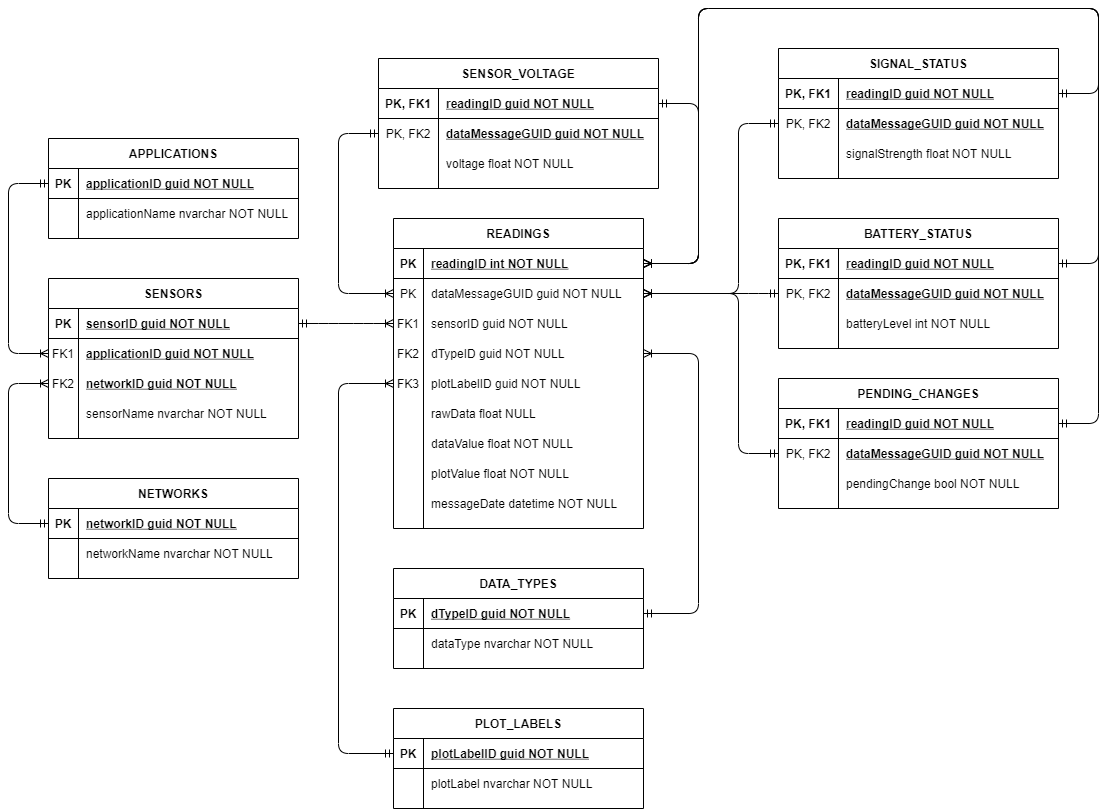
The draw.io diagram iMonnit/documentation/ERDs-IMONNIT-ERD.png in UoS-Living-Lab/living_lab_data_processing, before a commit. Source tidied: cells renumbered, new cells last; positions are measured from the earlier drawing's top-left corner, leaving out a move shared by most shapes.
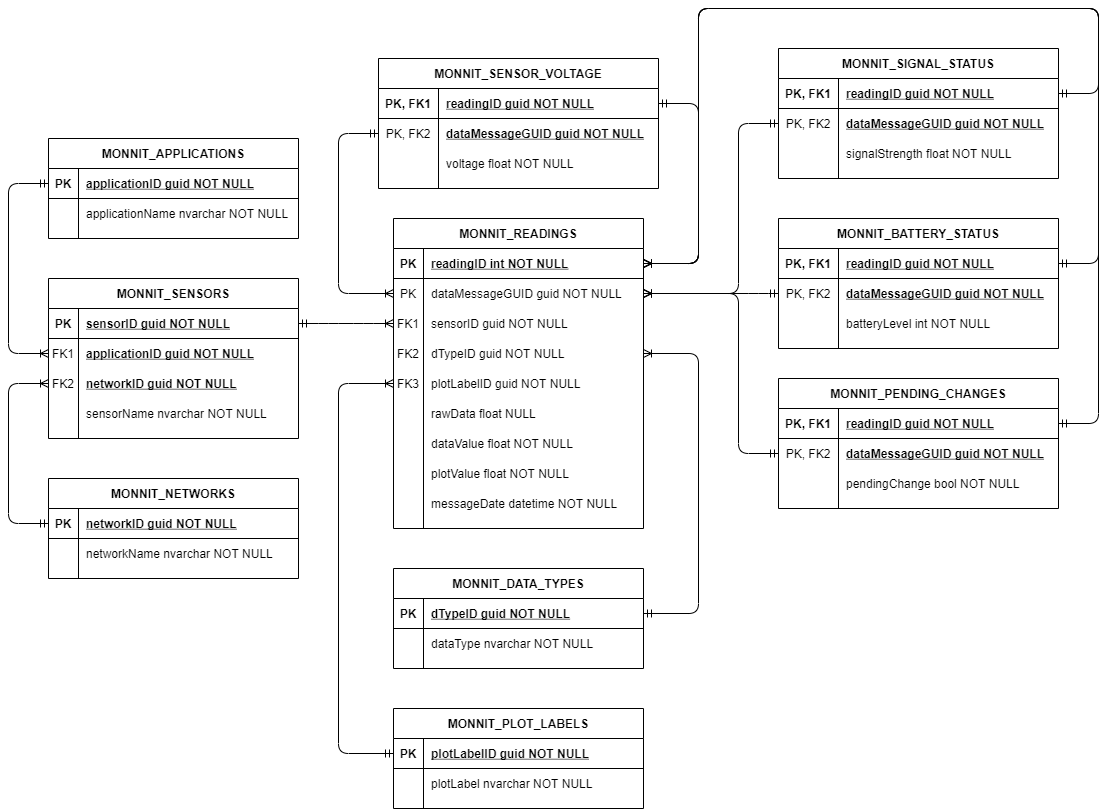
After the change.

Commit message:
Update data design docs

Change to the diagram source:
```diff
@@ -2,7 +2,7 @@
   <root>
     <mxCell id="0" />
     <mxCell id="1" parent="0" />
-    <mxCell id="2" value="READINGS" style="shape=table;startSize=30;rowLines=0;fontStyle=1;align=center;" parent="1" vertex="1">
+    <mxCell id="2" value="MONNIT_READINGS" style="shape=table;startSize=30;rowLines=0;fontStyle=1;align=center;" parent="1" vertex="1">
       <mxGeometry x="385" y="210" width="250" height="310" as="geometry" />
     </mxCell>
     <mxCell id="3" style="shape=partialRectangle;fillColor=none;points=[[0,0.5],[1,0.5]];portConstraint=eastwest;top=0;left=0;right=0;bottom=1;" parent="2" vertex="1">
@@ -86,7 +86,7 @@
     <mxCell id="29" value="messageDate datetime NOT NULL" style="shape=partialRectangle;overflow=hidden;fillColor=none;top=0;left=0;bottom=0;right=0;align=left;spacingLeft=6;" parent="27" vertex="1">
       <mxGeometry x="30" width="220" height="30" as="geometry" />
     </mxCell>
-    <mxCell id="30" value="SENSOR_VOLTAGE" style="shape=table;startSize=30;rowLines=0;fontStyle=1;align=center;" parent="1" vertex="1">
+    <mxCell id="30" value="MONNIT_SENSOR_VOLTAGE" style="shape=table;startSize=30;rowLines=0;fontStyle=1;align=center;" parent="1" vertex="1">
       <mxGeometry x="370" y="50" width="280" height="130" as="geometry" />
     </mxCell>
     <mxCell id="31" style="shape=partialRectangle;fillColor=none;points=[[0,0.5],[1,0.5]];portConstraint=eastwest;top=0;left=0;right=0;bottom=1;" parent="30" vertex="1">
@@ -116,7 +116,7 @@
     <mxCell id="39" value="voltage float NOT NULL" style="shape=partialRectangle;overflow=hidden;fillColor=none;top=0;left=0;bottom=0;right=0;align=left;spacingLeft=6;" parent="37" vertex="1">
       <mxGeometry x="60" width="220" height="30" as="geometry" />
     </mxCell>
-    <mxCell id="40" value="APPLICATIONS" style="shape=table;startSize=30;rowLines=0;fontStyle=1;align=center;" parent="1" vertex="1">
+    <mxCell id="40" value="MONNIT_APPLICATIONS" style="shape=table;startSize=30;rowLines=0;fontStyle=1;align=center;" parent="1" vertex="1">
       <mxGeometry x="40" y="130" width="250" height="100" as="geometry" />
     </mxCell>
     <mxCell id="41" style="shape=partialRectangle;fillColor=none;points=[[0,0.5],[1,0.5]];portConstraint=eastwest;top=0;left=0;right=0;bottom=1;" parent="40" vertex="1">
@@ -137,7 +137,7 @@
     <mxCell id="46" value="applicationName nvarchar NOT NULL" style="shape=partialRectangle;overflow=hidden;fillColor=none;top=0;left=0;bottom=0;right=0;align=left;spacingLeft=6;" parent="44" vertex="1">
       <mxGeometry x="30" width="220" height="30" as="geometry" />
     </mxCell>
-    <mxCell id="47" value="SENSORS" style="shape=table;startSize=30;rowLines=0;fontStyle=1;align=center;" parent="1" vertex="1">
+    <mxCell id="47" value="MONNIT_SENSORS" style="shape=table;startSize=30;rowLines=0;fontStyle=1;align=center;" parent="1" vertex="1">
       <mxGeometry x="40" y="270" width="250" height="160" as="geometry" />
     </mxCell>
     <mxCell id="48" style="shape=partialRectangle;fillColor=none;points=[[0,0.5],[1,0.5]];portConstraint=eastwest;top=0;left=0;right=0;bottom=1;" parent="47" vertex="1">
@@ -176,7 +176,7 @@
     <mxCell id="59" value="sensorName nvarchar NOT NULL" style="shape=partialRectangle;overflow=hidden;fillColor=none;top=0;left=0;bottom=0;right=0;align=left;spacingLeft=6;" parent="57" vertex="1">
       <mxGeometry x="30" width="220" height="30" as="geometry" />
     </mxCell>
-    <mxCell id="60" value="NETWORKS" style="shape=table;startSize=30;rowLines=0;fontStyle=1;align=center;" parent="1" vertex="1">
+    <mxCell id="60" value="MONNIT_NETWORKS" style="shape=table;startSize=30;rowLines=0;fontStyle=1;align=center;" parent="1" vertex="1">
       <mxGeometry x="40" y="470" width="250" height="100" as="geometry" />
     </mxCell>
     <mxCell id="61" style="shape=partialRectangle;fillColor=none;points=[[0,0.5],[1,0.5]];portConstraint=eastwest;top=0;left=0;right=0;bottom=1;" parent="60" vertex="1">
@@ -247,7 +247,7 @@
         </Array>
       </mxGeometry>
     </mxCell>
-    <mxCell id="73" value="DATA_TYPES" style="shape=table;startSize=30;rowLines=0;fontStyle=1;align=center;" parent="1" vertex="1">
+    <mxCell id="73" value="MONNIT_DATA_TYPES" style="shape=table;startSize=30;rowLines=0;fontStyle=1;align=center;" parent="1" vertex="1">
       <mxGeometry x="385" y="560" width="250" height="100" as="geometry" />
     </mxCell>
     <mxCell id="74" style="shape=partialRectangle;fillColor=none;points=[[0,0.5],[1,0.5]];portConstraint=eastwest;top=0;left=0;right=0;bottom=1;" parent="73" vertex="1">
@@ -268,7 +268,7 @@
     <mxCell id="79" value="dataType nvarchar NOT NULL" style="shape=partialRectangle;overflow=hidden;fillColor=none;top=0;left=0;bottom=0;right=0;align=left;spacingLeft=6;" parent="77" vertex="1">
       <mxGeometry x="30" width="220" height="30" as="geometry" />
     </mxCell>
-    <mxCell id="80" value="PLOT_LABELS" style="shape=table;startSize=30;rowLines=0;fontStyle=1;align=center;" parent="1" vertex="1">
+    <mxCell id="80" value="MONNIT_PLOT_LABELS" style="shape=table;startSize=30;rowLines=0;fontStyle=1;align=center;" parent="1" vertex="1">
       <mxGeometry x="385" y="700" width="250" height="100" as="geometry" />
     </mxCell>
     <mxCell id="81" style="shape=partialRectangle;fillColor=none;points=[[0,0.5],[1,0.5]];portConstraint=eastwest;top=0;left=0;right=0;bottom=1;" parent="80" vertex="1">
@@ -300,7 +300,7 @@
     <mxCell id="88" style="edgeStyle=entityRelationEdgeStyle;fontSize=12;html=1;endArrow=ERoneToMany;startArrow=ERmandOne;exitX=1;exitY=0.5;exitDx=0;exitDy=0;entryX=0;entryY=0.5;entryDx=0;entryDy=0;" parent="1" edge="1" source="48" target="9">
       <mxGeometry relative="1" as="geometry" />
     </mxCell>
-    <mxCell id="89" value="SIGNAL_STATUS" style="shape=table;startSize=30;rowLines=0;fontStyle=1;align=center;" parent="1" vertex="1">
+    <mxCell id="89" value="MONNIT_SIGNAL_STATUS" style="shape=table;startSize=30;rowLines=0;fontStyle=1;align=center;" parent="1" vertex="1">
       <mxGeometry x="770" y="40" width="280" height="130" as="geometry" />
     </mxCell>
     <mxCell id="90" style="shape=partialRectangle;fillColor=none;points=[[0,0.5],[1,0.5]];portConstraint=eastwest;top=0;left=0;right=0;bottom=1;" parent="89" vertex="1">
@@ -330,7 +330,7 @@
     <mxCell id="98" value="signalStrength float NOT NULL" style="shape=partialRectangle;overflow=hidden;fillColor=none;top=0;left=0;bottom=0;right=0;align=left;spacingLeft=6;" parent="96" vertex="1">
       <mxGeometry x="60" width="220" height="30" as="geometry" />
     </mxCell>
-    <mxCell id="99" value="BATTERY_STATUS" style="shape=table;startSize=30;rowLines=0;fontStyle=1;align=center;" parent="1" vertex="1">
+    <mxCell id="99" value="MONNIT_BATTERY_STATUS" style="shape=table;startSize=30;rowLines=0;fontStyle=1;align=center;" parent="1" vertex="1">
       <mxGeometry x="770" y="210" width="280" height="130" as="geometry" />
     </mxCell>
     <mxCell id="100" style="shape=partialRectangle;fillColor=none;points=[[0,0.5],[1,0.5]];portConstraint=eastwest;top=0;left=0;right=0;bottom=1;" parent="99" vertex="1">
@@ -360,7 +360,7 @@
     <mxCell id="108" value="batteryLevel int NOT NULL" style="shape=partialRectangle;overflow=hidden;fillColor=none;top=0;left=0;bottom=0;right=0;align=left;spacingLeft=6;" parent="106" vertex="1">
       <mxGeometry x="60" width="220" height="30" as="geometry" />
     </mxCell>
-    <mxCell id="109" value="PENDING_CHANGES" style="shape=table;startSize=30;rowLines=0;fontStyle=1;align=center;" parent="1" vertex="1">
+    <mxCell id="109" value="MONNIT_PENDING_CHANGES" style="shape=table;startSize=30;rowLines=0;fontStyle=1;align=center;" parent="1" vertex="1">
       <mxGeometry x="770" y="370" width="280" height="130" as="geometry" />
     </mxCell>
     <mxCell id="110" style="shape=partialRectangle;fillColor=none;points=[[0,0.5],[1,0.5]];portConstraint=eastwest;top=0;left=0;right=0;bottom=1;" parent="109" vertex="1">
```
